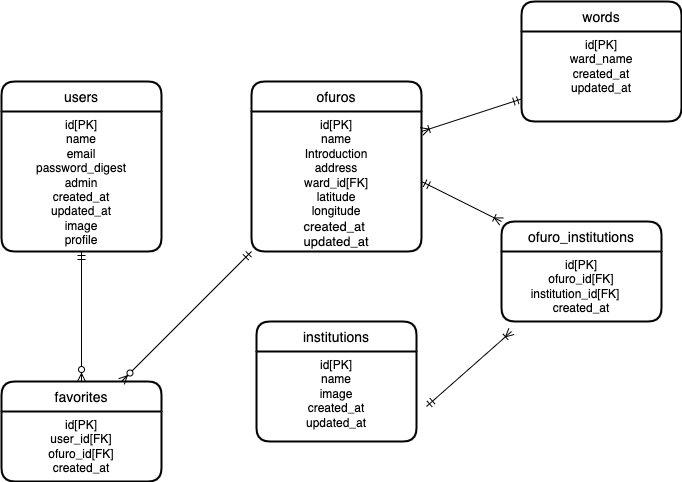
Before: readme/er図.png, a diagram exported from draw.io (idesho/Oshisen_Kawasaki). Source tidied: cells renumbered, new cells last; positions are measured from the earlier drawing's top-left corner, leaving out a move shared by most shapes.
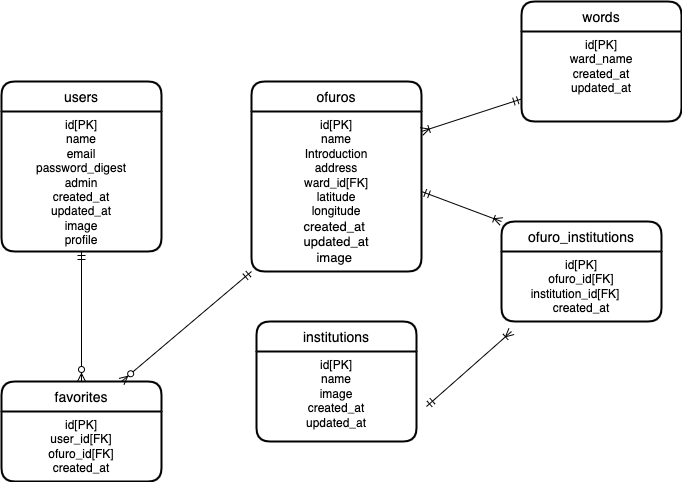
Later version of the same file.

Change to the diagram source:
```diff
@@ -9,10 +9,10 @@
       <mxGeometry y="30" width="160" height="140" as="geometry" />
     </mxCell>
     <mxCell id="4" value="ofuros" style="swimlane;horizontal=1;startSize=30;rounded=1;fontSize=14;fontStyle=0;strokeWidth=2;shadow=0;dashed=0;align=center;" parent="1" vertex="1">
-      <mxGeometry x="250" y="80" width="170" height="170" as="geometry" />
+      <mxGeometry x="250" y="80" width="170" height="190" as="geometry" />
     </mxCell>
-    <mxCell id="5" value="&lt;div style=&quot;&quot;&gt;&lt;span style=&quot;background-color: initial;&quot;&gt;id[PK]&lt;/span&gt;&lt;/div&gt;name&lt;br&gt;Introduction&lt;br&gt;address&lt;br&gt;ward_id[FK]&lt;br&gt;latitude&lt;br&gt;longitude&lt;br&gt;&lt;div style=&quot;text-align: start;&quot;&gt;&lt;font face=&quot;Roboto, RobotoDraft, Helvetica, Arial, sans-serif&quot;&gt;&lt;span style=&quot;font-size: 13px; background-color: rgb(255, 255, 255);&quot;&gt;created_at&lt;/span&gt;&lt;/font&gt;&lt;/div&gt;&lt;div style=&quot;text-align: start;&quot;&gt;&lt;font face=&quot;Roboto, RobotoDraft, Helvetica, Arial, sans-serif&quot;&gt;&lt;span style=&quot;background-color: rgb(255, 255, 255);&quot;&gt;&lt;span style=&quot;font-size: 13px;&quot;&gt;updated_at&lt;/span&gt;&lt;br&gt;&lt;/span&gt;&lt;/font&gt;&lt;/div&gt;" style="text;whiteSpace=wrap;html=1;align=center;" parent="4" vertex="1">
-      <mxGeometry y="30" width="170" height="140" as="geometry" />
+    <mxCell id="5" value="&lt;div style=&quot;&quot;&gt;&lt;span style=&quot;background-color: initial;&quot;&gt;id[PK]&lt;/span&gt;&lt;/div&gt;name&lt;br&gt;Introduction&lt;br&gt;address&lt;br&gt;ward_id[FK]&lt;br&gt;latitude&lt;br&gt;longitude&lt;br&gt;&lt;div style=&quot;text-align: start;&quot;&gt;&lt;font face=&quot;Roboto, RobotoDraft, Helvetica, Arial, sans-serif&quot;&gt;&lt;span style=&quot;font-size: 13px; background-color: rgb(255, 255, 255);&quot;&gt;created_at&lt;/span&gt;&lt;/font&gt;&lt;/div&gt;&lt;div style=&quot;text-align: start;&quot;&gt;&lt;font face=&quot;Roboto, RobotoDraft, Helvetica, Arial, sans-serif&quot;&gt;&lt;span style=&quot;background-color: rgb(255, 255, 255);&quot;&gt;&lt;span style=&quot;font-size: 13px;&quot;&gt;updated_at&lt;/span&gt;&lt;br&gt;&lt;/span&gt;&lt;/font&gt;&lt;/div&gt;&lt;div style=&quot;text-align: start;&quot;&gt;&lt;font face=&quot;Roboto, RobotoDraft, Helvetica, Arial, sans-serif&quot;&gt;&lt;span style=&quot;background-color: rgb(255, 255, 255);&quot;&gt;&lt;span style=&quot;font-size: 13px;&quot;&gt;　image&lt;/span&gt;&lt;/span&gt;&lt;/font&gt;&lt;/div&gt;" style="text;whiteSpace=wrap;html=1;align=center;" parent="4" vertex="1">
+      <mxGeometry y="30" width="170" height="160" as="geometry" />
     </mxCell>
     <mxCell id="6" value="favorites" style="swimlane;horizontal=1;startSize=30;rounded=1;fontSize=14;fontStyle=0;strokeWidth=2;shadow=0;dashed=0;align=center;" parent="1" vertex="1">
       <mxGeometry y="380" width="160" height="100" as="geometry" />
```
